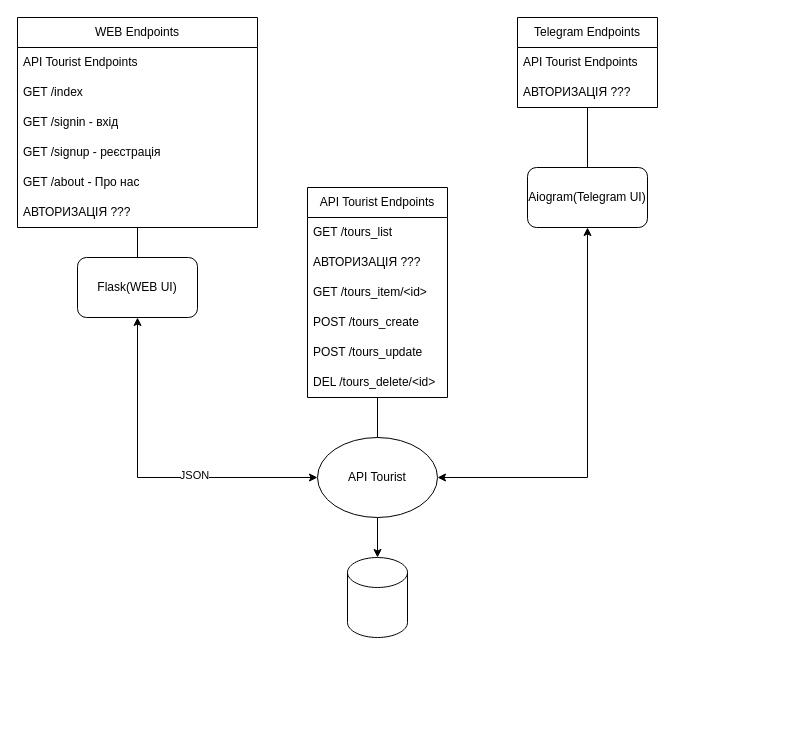
This is team_project_2_block.drawio from Acutapugione/team_project_2_block, a draw.io file, before an edit. Source tidied: cells renumbered, new cells numbered last; positions are measured from the earlier drawing's top-left corner, leaving out a move shared by most shapes. Both pictures are drawn from the tidied source at 100%, with x=0, y=0 at pixel (17, 17).
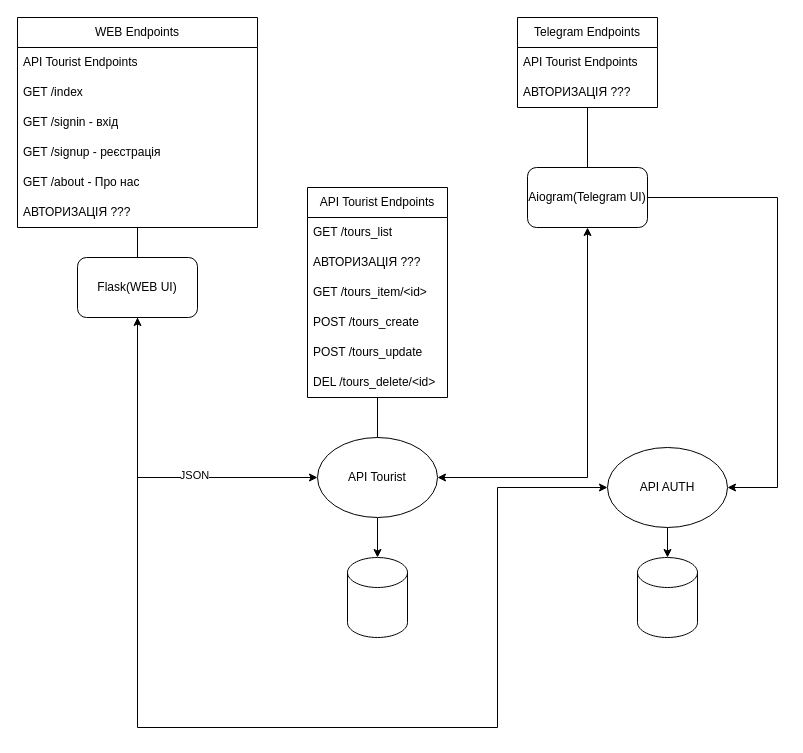
After the change.

Unchanged cells that the change refers to:
```xml
<mxCell id="7" value="Flask(WEB UI)" style="rounded=1;whiteSpace=wrap;html=1;" parent="1" vertex="1">
  <mxGeometry x="60" y="240" width="120" height="60" as="geometry" />
</mxCell>
<mxCell id="9" value="Aiogram(Telegram UI)" style="rounded=1;whiteSpace=wrap;html=1;" parent="1" vertex="1">
  <mxGeometry x="510" y="150" width="120" height="60" as="geometry" />
</mxCell>
```

The edit, as a diff of the source:
```diff
@@
+    <mxCell id="30" style="edgeStyle=orthogonalEdgeStyle;rounded=0;jettySize=auto;html=1;" parent="1" edge="1" source="7" target="33">
+      <mxGeometry relative="1" as="geometry">
+        <Array as="points">
+          <mxPoint x="120" y="710" />
+          <mxPoint x="480" y="710" />
+          <mxPoint x="480" y="470" />
+        </Array>
+      </mxGeometry>
+    </mxCell>
@@
+    <mxCell id="31" style="edgeStyle=orthogonalEdgeStyle;rounded=0;jettySize=auto;html=1;" parent="1" edge="1" source="9" target="33">
+      <mxGeometry relative="1" as="geometry">
+        <Array as="points">
+          <mxPoint x="760" y="180" />
+          <mxPoint x="760" y="470" />
+        </Array>
+      </mxGeometry>
+    </mxCell>
@@
+    <mxCell id="32" style="edgeStyle=orthogonalEdgeStyle;rounded=0;jettySize=auto;html=1;" parent="1" edge="1" source="33" target="34">
+      <mxGeometry relative="1" as="geometry" />
+    </mxCell>
+    <mxCell id="33" value="API AUTH" style="ellipse;whiteSpace=wrap;html=1;" parent="1" vertex="1">
+      <mxGeometry x="590" y="430" width="120" height="80" as="geometry" />
+    </mxCell>
+    <mxCell id="34" style="shape=cylinder3;whiteSpace=wrap;html=1;boundedLbl=1;backgroundOutline=1;size=15;" parent="1" vertex="1">
+      <mxGeometry x="620" y="540" width="60" height="80" as="geometry" />
+    </mxCell>
```
